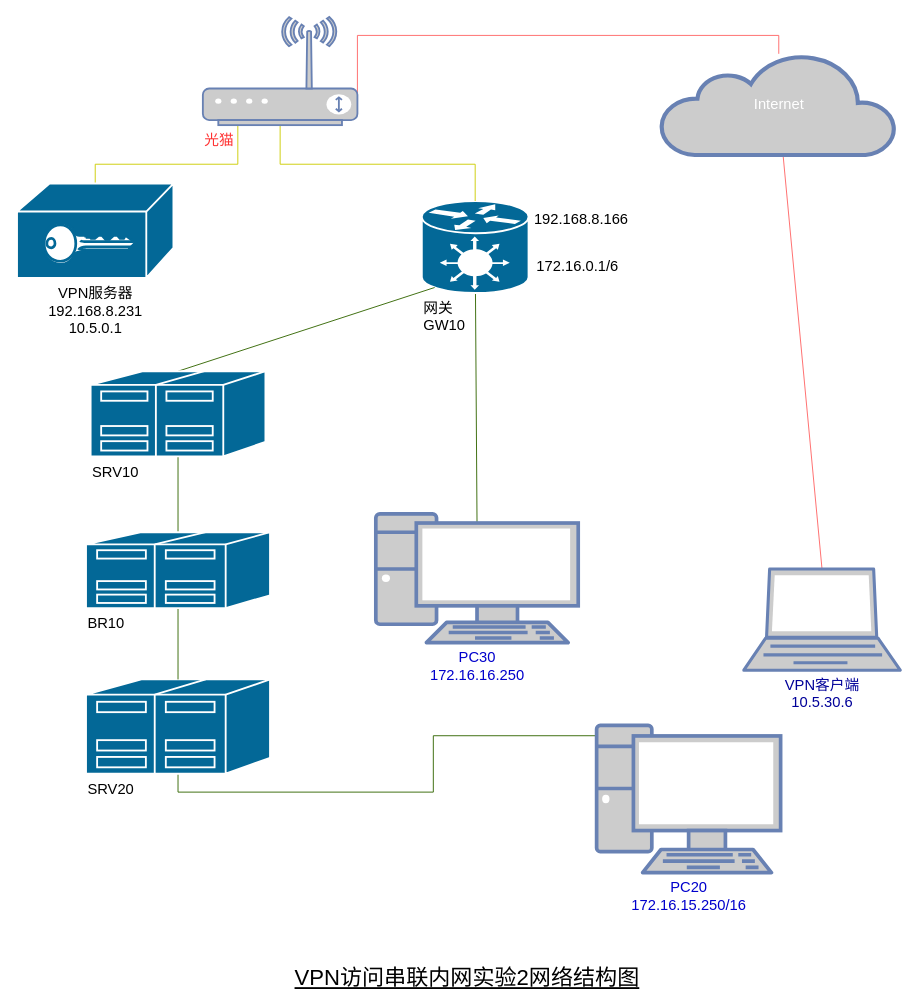
Before: VPN访问串联内网实验2.drawio in LockeJet/dopamineplz.github.io, a draw.io diagram. Source tidied: cells renumbered, new cells numbered last; positions are measured from the earlier drawing's top-left corner, leaving out a move shared by most shapes. Both pictures are drawn from the tidied source at 92%, with x=0, y=0 at pixel (17, 17).
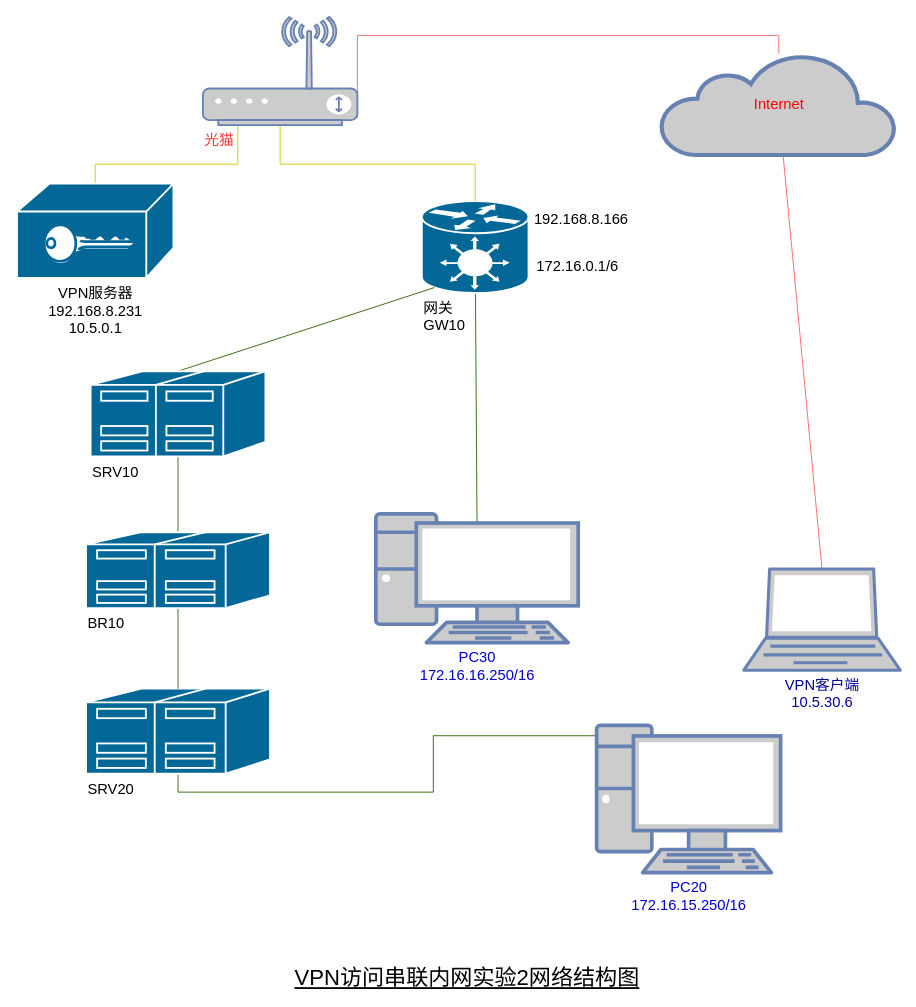
Above is the later version.

Commit message:
Update VPN访问串联内网实验2.drawio

Diff of the diagram source:
```diff
@@
-    <mxCell id="5" value="&lt;div style=&quot;font-size: 16px;&quot;&gt;&lt;font style=&quot;font-size: 16px;&quot; color=&quot;#0000CC&quot;&gt;PC30&lt;br style=&quot;font-size: 16px;&quot;&gt;&lt;/font&gt;&lt;/div&gt;&lt;div style=&quot;font-size: 16px;&quot;&gt;&lt;font style=&quot;font-size: 16px;&quot; color=&quot;#0000CC&quot;&gt;172.16.16.250&lt;/font&gt;&lt;/div&gt;" style="fontColor=#0066CC;verticalAlign=top;verticalLabelPosition=bottom;labelPosition=center;align=center;html=1;outlineConnect=0;fillColor=#CCCCCC;strokeColor=#6881B3;gradientColor=none;gradientDirection=north;strokeWidth=2;shape=mxgraph.networks.pc;fontSize=16;" parent="1" vertex="1">
+    <mxCell id="5" value="&lt;div style=&quot;font-size: 16px&quot;&gt;&lt;font style=&quot;font-size: 16px&quot; color=&quot;#0000CC&quot;&gt;PC30&lt;br style=&quot;font-size: 16px&quot;&gt;&lt;/font&gt;&lt;/div&gt;&lt;div style=&quot;font-size: 16px&quot;&gt;&lt;font style=&quot;font-size: 16px&quot; color=&quot;#0000CC&quot;&gt;172.16.16.250/16&lt;/font&gt;&lt;/div&gt;" style="fontColor=#0066CC;verticalAlign=top;verticalLabelPosition=bottom;labelPosition=center;align=center;html=1;outlineConnect=0;fillColor=#CCCCCC;strokeColor=#6881B3;gradientColor=none;gradientDirection=north;strokeWidth=2;shape=mxgraph.networks.pc;fontSize=16;" parent="1" vertex="1">
       <mxGeometry x="390" y="540" width="220" height="140" as="geometry" />
     </mxCell>
-    <mxCell id="6" value="&lt;font style=&quot;font-size: 16px;&quot;&gt;Internet&lt;/font&gt;" style="html=1;outlineConnect=0;fillColor=#CCCCCC;strokeColor=#6881B3;gradientColor=none;gradientDirection=north;strokeWidth=2;shape=mxgraph.networks.cloud;fontColor=#ffffff;fontSize=16;" parent="1" vertex="1">
+    <mxCell id="6" value="&lt;font style=&quot;font-size: 16px&quot; color=&quot;#FF0000&quot;&gt;Internet&lt;/font&gt;" style="html=1;outlineConnect=0;fillColor=#CCCCCC;strokeColor=#6881B3;gradientColor=none;gradientDirection=north;strokeWidth=2;shape=mxgraph.networks.cloud;fontColor=#ffffff;fontSize=16;" parent="1" vertex="1">
       <mxGeometry x="700" y="40" width="255" height="110" as="geometry" />
     </mxCell>
@@
     <mxCell id="14" value="&lt;div style=&quot;font-size: 16px;&quot; align=&quot;left&quot;&gt;SRV20&lt;/div&gt;" style="shape=mxgraph.cisco.servers.standard_host;html=1;dashed=0;fillColor=#036897;strokeColor=#ffffff;strokeWidth=2;verticalLabelPosition=bottom;verticalAlign=top;align=left;outlineConnect=0;fontSize=16;" parent="1" vertex="1">
-      <mxGeometry x="75" y="720" width="200" height="102.5" as="geometry" />
+      <mxGeometry x="75" y="730" width="200" height="92.5" as="geometry" />
     </mxCell>
```
